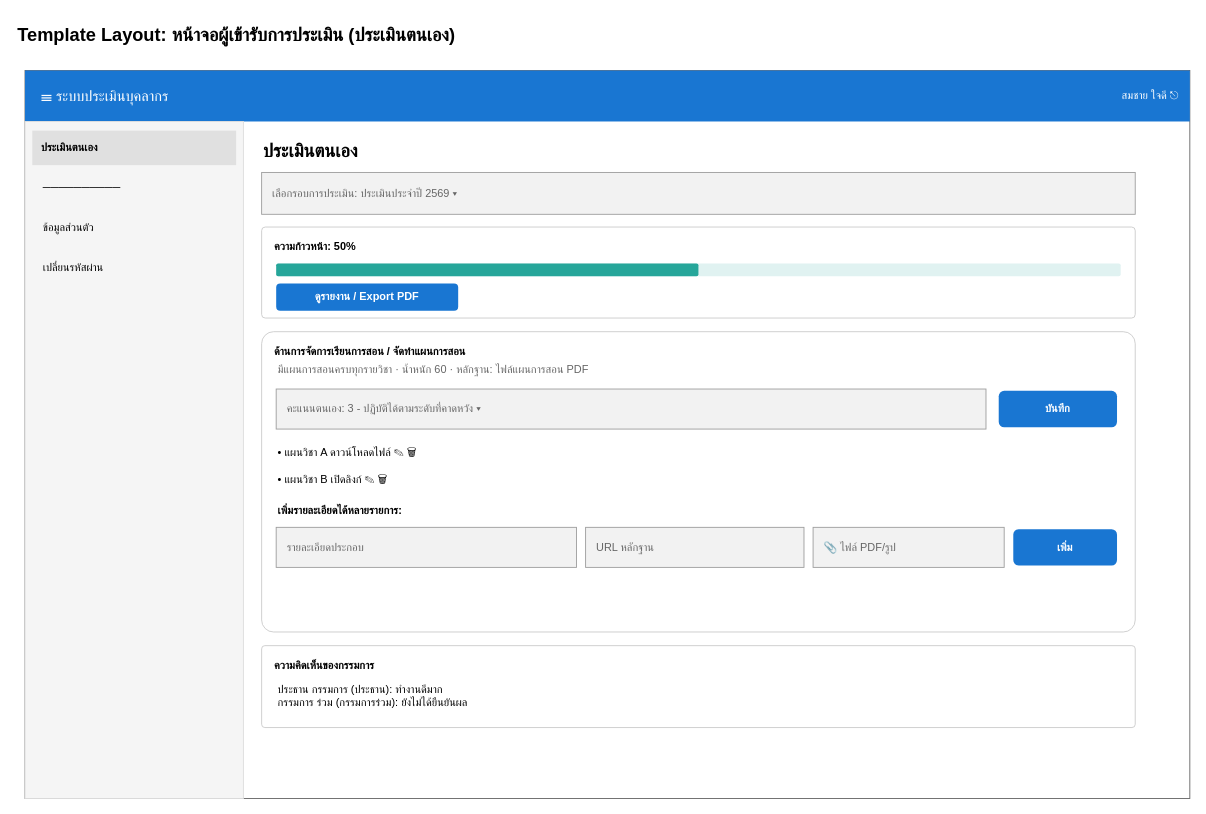
pushsuker/pic-skill-v4 keeps this draw.io diagram as page "3.4 ผู้รับการประเมิน" (4 of 6) of คู่มือซ้อม-2569/งานออกแบบ/3-ออกแบบหน้าจอ.drawio. Above is the earlier version. Source tidied: cells renumbered, new cells numbered last; positions are measured from the earlier drawing's top-left corner, leaving out a move shared by most shapes. Both pictures are drawn from the tidied source at 91%, with x=0, y=0 at pixel (15, 15).
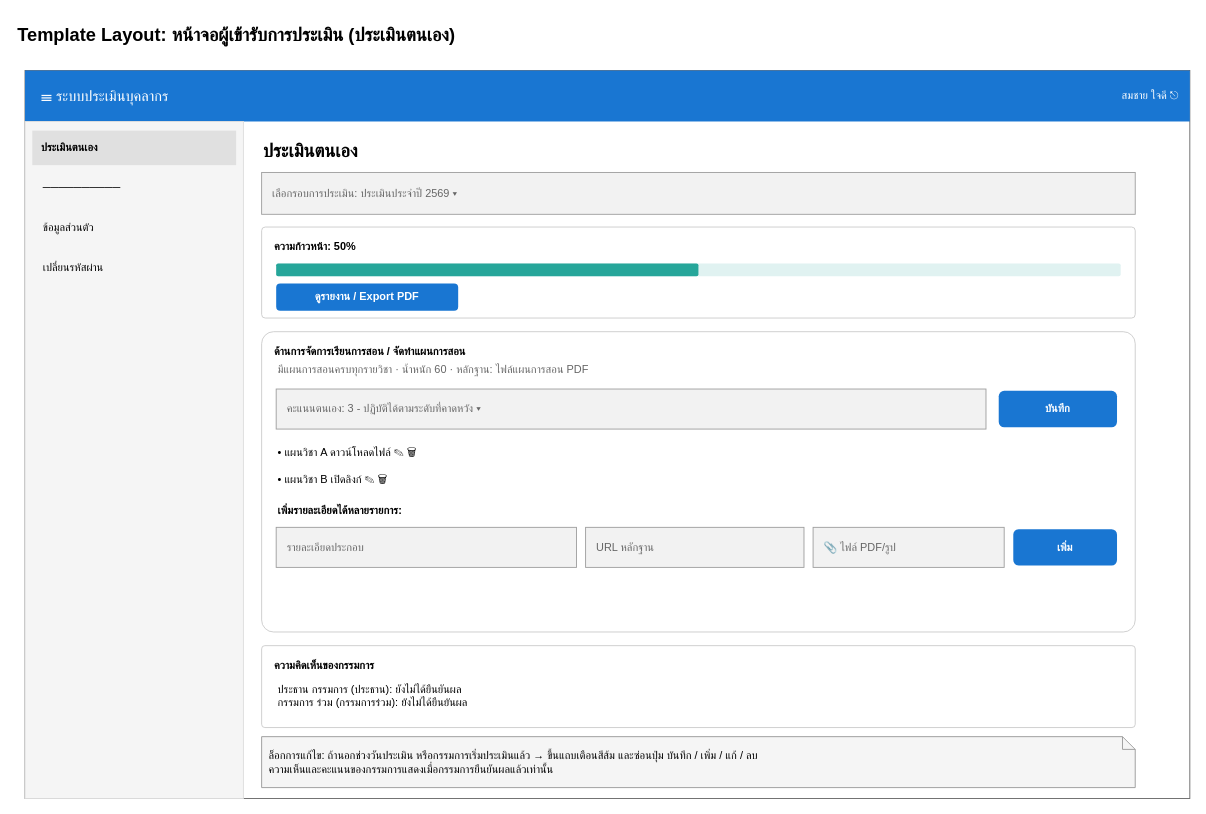
The same diagram, later.

The edit, as a diff of the source:
```diff
@@
-    <mxCell id="29" value="ประธาน กรรมการ (ประธาน): ทำงานดีมาก&lt;br&gt;กรรมการ ร่วม (กรรมการร่วม): ยังไม่ได้ยืนยันผล" style="text;html=1;align=left;verticalAlign=middle;whiteSpace=wrap;" parent="1" vertex="1">
+    <mxCell id="29" value="ประธาน กรรมการ (ประธาน): ยังไม่ได้ยืนยันผล&lt;br&gt;กรรมการ ร่วม (กรรมการร่วม): ยังไม่ได้ยืนยันผล" style="text;html=1;align=left;verticalAlign=middle;whiteSpace=wrap;" parent="1" vertex="1">
       <mxGeometry x="286" y="722" width="900" height="50" as="geometry" />
     </mxCell>
+    <mxCell id="30" value="ล็อกการแก้ไข: ถ้านอกช่วงวันประเมิน หรือกรรมการเริ่มประเมินแล้ว → ขึ้นแถบเตือนสีส้ม และซ่อนปุ่ม บันทึก / เพิ่ม / แก้ / ลบ&lt;br&gt;ความเห็นและคะแนนของกรรมการแสดงเมื่อกรรมการยืนยันผลแล้วเท่านั้น" style="shape=note;whiteSpace=wrap;html=1;size=14;fillColor=#f5f5f5;strokeColor=#999999;align=left;spacingLeft=6;" parent="1" vertex="1">
+      <mxGeometry x="270" y="792" width="960" height="56" as="geometry" />
+    </mxCell>
```
